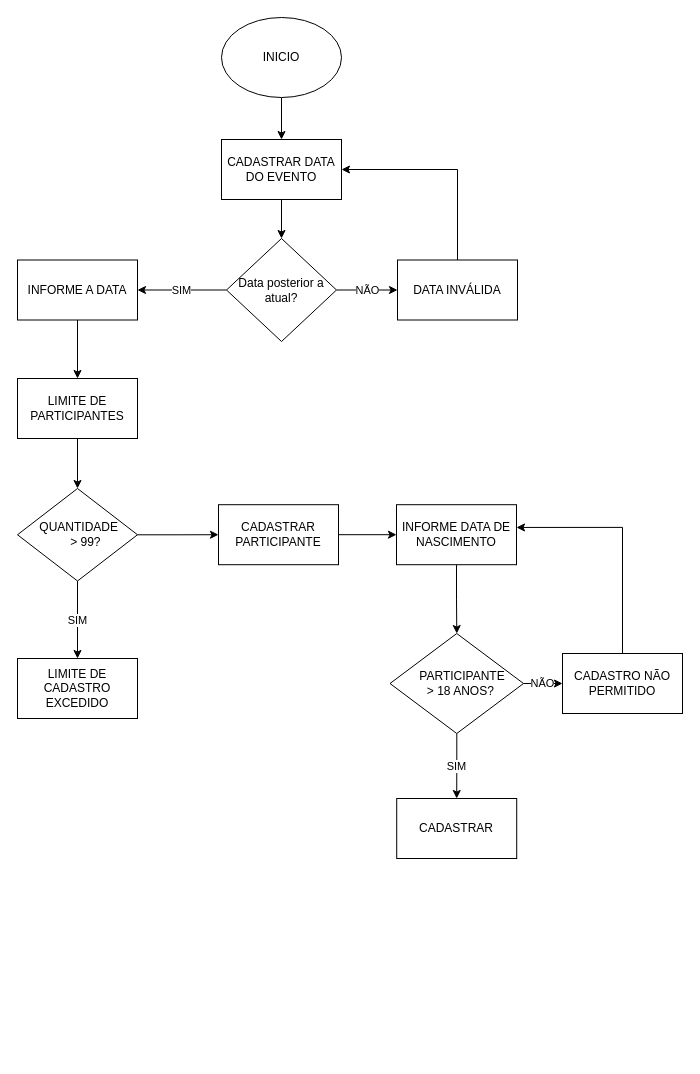
Above: Diagrama sem nome.drawio in ElaineFCerqueira/AtividadeRemota2 (draw.io), before the change. Source tidied: cells renumbered, new cells numbered last; positions are measured from the earlier drawing's top-left corner, leaving out a move shared by most shapes. Both pictures are drawn from the tidied source at 100%, with x=0, y=0 at pixel (17, 17).
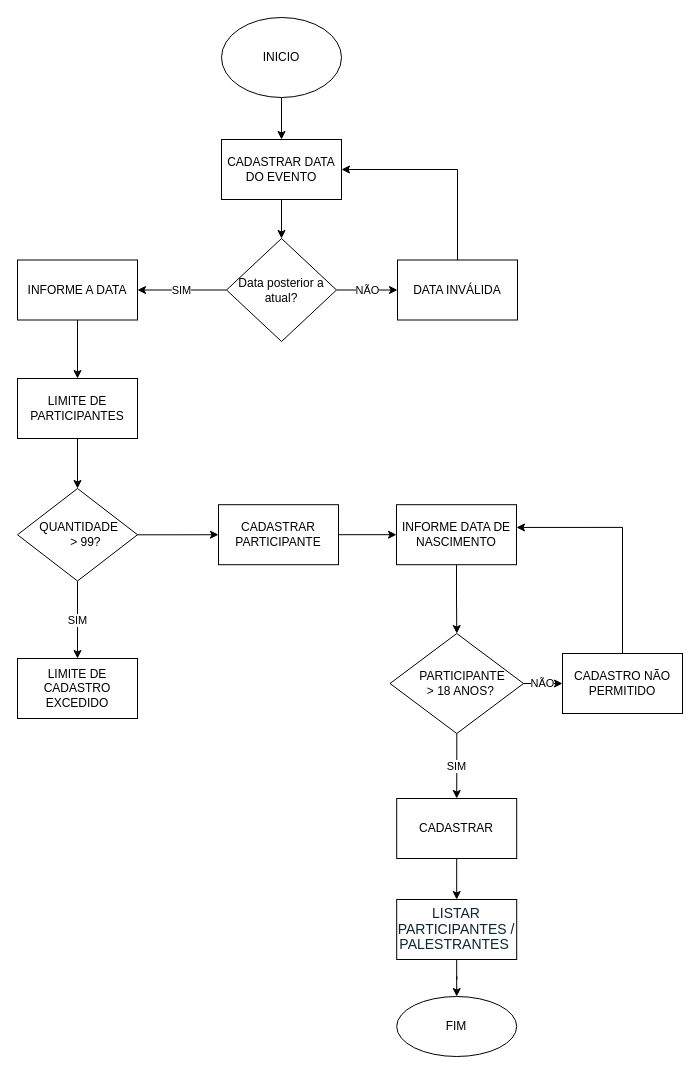
The same diagram, later.

Commit message:
inclusão da lista de participantes

Unchanged cells that the change refers to:
```xml
<mxCell id="28" value="CADASTRAR" style="whiteSpace=wrap;html=1;" parent="1" vertex="1">
  <mxGeometry x="379.2" y="781" width="120" height="60" as="geometry" />
</mxCell>
```

What changed in the source:
```diff
@@
+    <mxCell id="29" style="edgeStyle=orthogonalEdgeStyle;rounded=0;jettySize=auto;html=1;" parent="1" edge="1" source="28" target="31">
+      <mxGeometry relative="1" as="geometry" />
+    </mxCell>
@@
+    <mxCell id="30" style="edgeStyle=orthogonalEdgeStyle;rounded=0;jettySize=auto;html=1;" parent="1" edge="1" source="31" target="32">
+      <mxGeometry relative="1" as="geometry" />
+    </mxCell>
+    <mxCell id="31" value="&lt;span style=&quot;font-size: 10.5pt; line-height: 107%; font-family: Arial, sans-serif; color: rgb(13, 37, 50);&quot;&gt;LISTAR PARTICIPANTES / PALESTRANTES&amp;nbsp;&lt;/span&gt;" style="whiteSpace=wrap;html=1;" parent="1" vertex="1">
+      <mxGeometry x="379.2" y="882" width="120" height="60" as="geometry" />
+    </mxCell>
+    <mxCell id="32" value="FIM" style="ellipse;whiteSpace=wrap;html=1;" parent="1" vertex="1">
+      <mxGeometry x="379.2" y="979" width="120" height="60" as="geometry" />
+    </mxCell>
```
